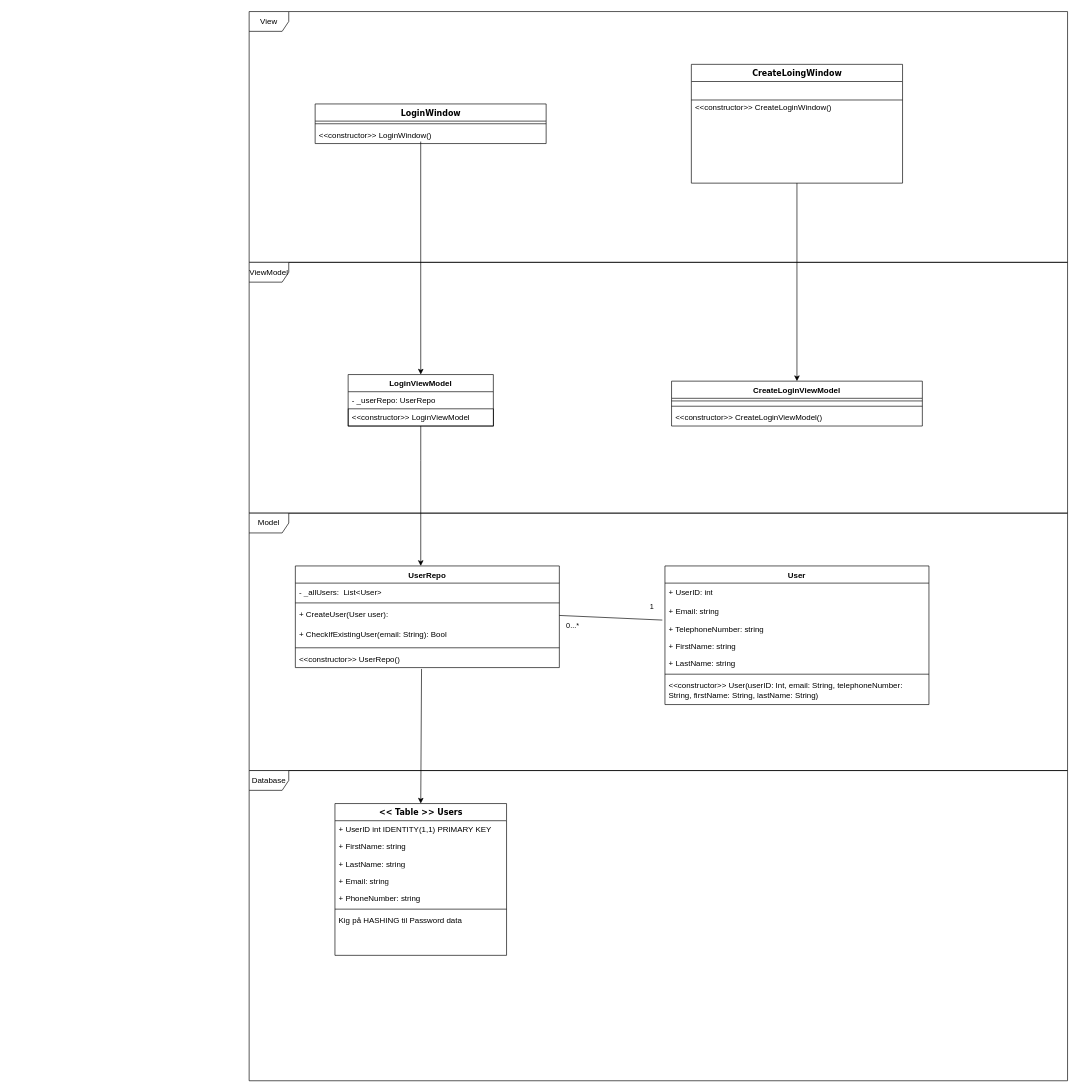
Trollerolle/Ladestander keeps this draw.io diagram as Artefakter/Opret bruger (sprint 1).drawio. Above is the earlier version. Source tidied: cells renumbered, new cells numbered last; positions are measured from the earlier drawing's top-left corner, leaving out a move shared by most shapes. Both pictures are drawn from the tidied source at 66%, with x=0, y=0 at pixel (249, 11).
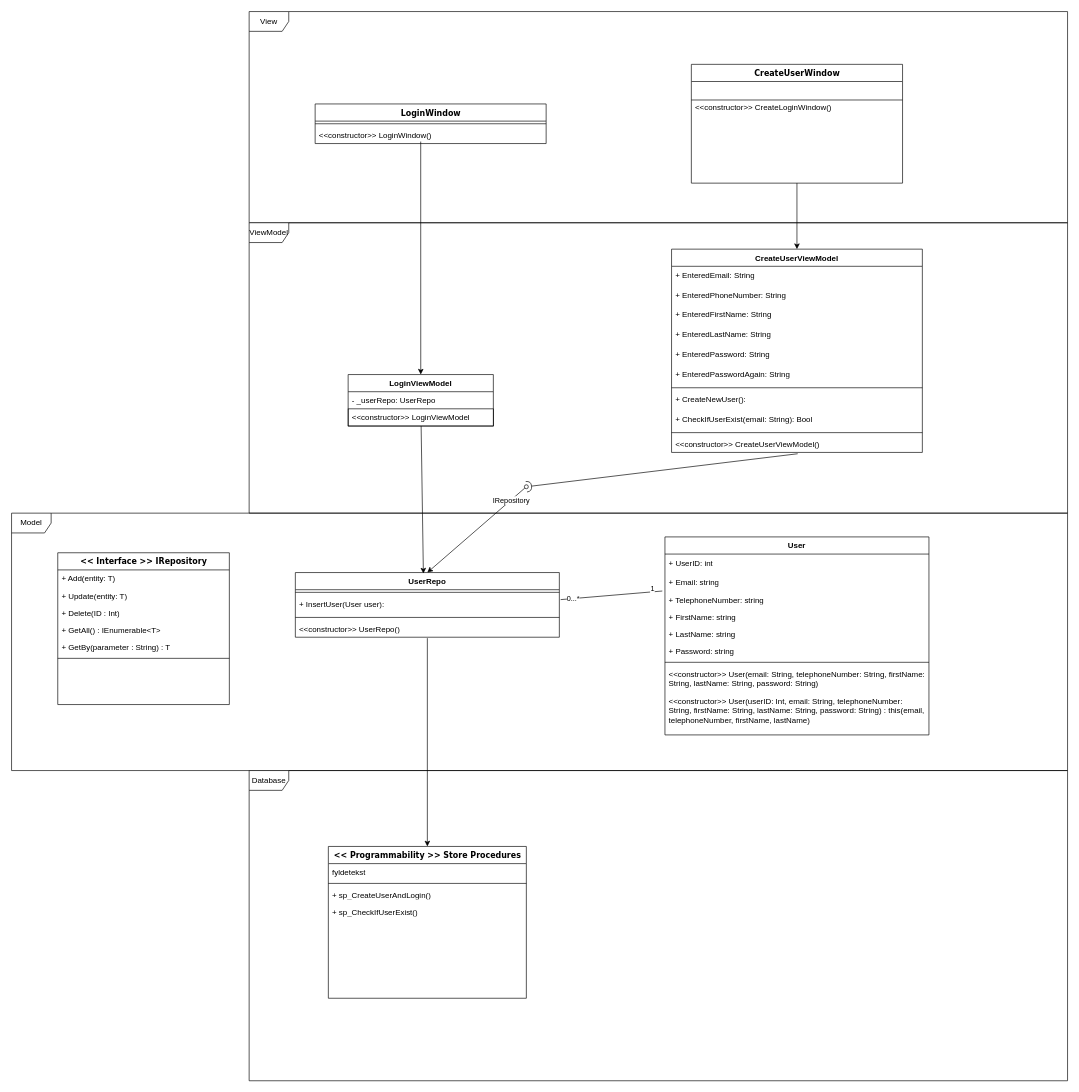
Above is the later version.

Commit message (it also covers changes not shown here):
Refaktuering af DCD og ER

Unchanged cells that the change refers to:
```xml
<mxCell id="29" value="LoginViewModel" style="swimlane;fontStyle=1;align=center;verticalAlign=top;horizontal=1;startSize=26;whiteSpace=wrap;html=1;" parent="1" vertex="1">
  <mxGeometry x="150" y="550" width="220" height="78" as="geometry" />
</mxCell>
<mxCell id="44" value="+ TelephoneNumber: string" style="text;html=1;strokeColor=none;fillColor=none;align=left;verticalAlign=top;spacingLeft=4;spacingRight=4;whiteSpace=wrap;overflow=hidden;points=[[0,0.5],[1,0.5]];portConstraint=eastwest;" parent="41" vertex="1">
  <mxGeometry y="82" width="400" height="26" as="geometry" />
</mxCell>
```

Diff of the diagram source:
```diff
@@
-    <mxCell id="2" value="&lt;div&gt;CreateLoingWindow&lt;/div&gt;&lt;div&gt;&lt;br&gt;&lt;/div&gt;" style="swimlane;html=1;fontStyle=1;align=center;verticalAlign=top;horizontal=1;startSize=26;swimlaneFillColor=#ffffff;rounded=0;shadow=0;comic=0;labelBackgroundColor=none;strokeWidth=1;fillColor=none;fontFamily=Verdana;fontSize=12;" parent="1" vertex="1">
+    <mxCell id="2" value="&lt;div&gt;CreateUserWindow&lt;/div&gt;&lt;div&gt;&lt;br&gt;&lt;/div&gt;" style="swimlane;html=1;fontStyle=1;align=center;verticalAlign=top;horizontal=1;startSize=26;swimlaneFillColor=#ffffff;rounded=0;shadow=0;comic=0;labelBackgroundColor=none;strokeWidth=1;fillColor=none;fontFamily=Verdana;fontSize=12;" parent="1" vertex="1">
       <mxGeometry x="670" y="80" width="320" height="180" as="geometry" />
     </mxCell>
@@
-    <mxCell id="8" value="&amp;lt;&amp;lt; Table &amp;gt;&amp;gt; Users" style="swimlane;html=1;fontStyle=1;align=center;verticalAlign=top;horizontal=1;startSize=26;swimlaneFillColor=#ffffff;rounded=0;shadow=0;comic=0;labelBackgroundColor=none;strokeWidth=1;fillColor=none;fontFamily=Verdana;fontSize=12;" parent="1" vertex="1">
-      <mxGeometry x="130" y="1200" width="260" height="230" as="geometry" />
-    </mxCell>
-    <mxCell id="9" value="+ UserID int IDENTITY(1,1) PRIMARY KEY&amp;nbsp;" style="text;html=1;strokeColor=none;fillColor=none;align=left;verticalAlign=top;spacingLeft=4;spacingRight=4;whiteSpace=wrap;overflow=hidden;" parent="8" vertex="1">
-      <mxGeometry y="26" width="260" height="26" as="geometry" />
-    </mxCell>
-    <mxCell id="10" value="+ FirstName: string" style="text;html=1;strokeColor=none;fillColor=none;align=left;verticalAlign=top;spacingLeft=4;spacingRight=4;whiteSpace=wrap;overflow=hidden;" parent="8" vertex="1">
-      <mxGeometry y="52" width="260" height="26" as="geometry" />
-    </mxCell>
-    <mxCell id="11" value="+ LastName: string" style="text;html=1;strokeColor=none;fillColor=none;align=left;verticalAlign=top;spacingLeft=4;spacingRight=4;whiteSpace=wrap;overflow=hidden;" parent="8" vertex="1">
-      <mxGeometry y="78" width="260" height="26" as="geometry" />
-    </mxCell>
-    <mxCell id="12" value="+ Email: string" style="text;html=1;strokeColor=none;fillColor=none;align=left;verticalAlign=top;spacingLeft=4;spacingRight=4;whiteSpace=wrap;overflow=hidden;" parent="8" vertex="1">
-      <mxGeometry y="104" width="260" height="26" as="geometry" />
-    </mxCell>
-    <mxCell id="13" value="+ PhoneNumber: string" style="text;html=1;strokeColor=none;fillColor=none;align=left;verticalAlign=top;spacingLeft=4;spacingRight=4;whiteSpace=wrap;overflow=hidden;" parent="8" vertex="1">
-      <mxGeometry y="130" width="260" height="26" as="geometry" />
-    </mxCell>
-    <mxCell id="14" style="line;html=1;strokeWidth=1;fillColor=none;align=left;verticalAlign=middle;spacingTop=-1;spacingLeft=3;spacingRight=3;labelPosition=right;" parent="8" vertex="1">
-      <mxGeometry y="156" width="260" height="8" as="geometry" />
-    </mxCell>
-    <mxCell id="15" value="Kig på HASHING til Password data" style="text;html=1;strokeColor=none;fillColor=none;align=left;verticalAlign=top;spacingLeft=4;spacingRight=4;whiteSpace=wrap;overflow=hidden;" parent="8" vertex="1">
-      <mxGeometry y="164" width="260" height="26" as="geometry" />
-    </mxCell>
     <mxCell id="16" value="View" style="shape=umlFrame;whiteSpace=wrap;html=1;" parent="1" vertex="1">
-      <mxGeometry width="1240" height="380" as="geometry" />
+      <mxGeometry width="1240" height="320" as="geometry" />
     </mxCell>
     <mxCell id="17" value="ViewModel" style="shape=umlFrame;whiteSpace=wrap;html=1;" parent="1" vertex="1">
-      <mxGeometry y="380" width="1240" height="380" as="geometry" />
+      <mxGeometry y="320" width="1240" height="440" as="geometry" />
     </mxCell>
     <mxCell id="18" value="Model" style="shape=umlFrame;whiteSpace=wrap;html=1;" parent="1" vertex="1">
-      <mxGeometry y="760" width="1240" height="390" as="geometry" />
+      <mxGeometry x="-360" y="760" width="1600" height="390" as="geometry" />
     </mxCell>
     <mxCell id="19" value="UserRepo" style="swimlane;fontStyle=1;align=center;verticalAlign=top;horizontal=1;startSize=26;whiteSpace=wrap;html=1;" parent="1" vertex="1">
-      <mxGeometry x="70" y="840" width="400" height="154" as="geometry" />
+      <mxGeometry x="70" y="850" width="400" height="98" as="geometry" />
     </mxCell>
-    <mxCell id="20" value="- _allUsers:&amp;nbsp; List&amp;lt;User&amp;gt;" style="text;strokeColor=none;fillColor=none;align=left;verticalAlign=top;spacingLeft=4;spacingRight=4;overflow=hidden;whiteSpace=wrap;html=1;" parent="19" vertex="1">
-      <mxGeometry y="26" width="400" height="26" as="geometry" />
-    </mxCell>
     <mxCell id="21" style="line;strokeWidth=1;fillColor=none;align=left;verticalAlign=middle;spacingTop=-1;spacingLeft=3;spacingRight=3;labelPosition=right;strokeColor=inherit;" parent="19" vertex="1">
-      <mxGeometry y="52" width="400" height="8" as="geometry" />
+      <mxGeometry y="26" width="400" height="8" as="geometry" />
     </mxCell>
-    <mxCell id="22" value="+ CreateUser(User user):&amp;nbsp;" style="text;html=1;strokeColor=none;fillColor=none;align=left;verticalAlign=top;spacingLeft=4;spacingRight=4;whiteSpace=wrap;overflow=hidden;points=[[0,0.5],[1,0.5]];portConstraint=eastwest;" parent="19" vertex="1">
-      <mxGeometry y="60" width="400" height="30" as="geometry" />
-    </mxCell>
-    <mxCell id="23" value="+ CheckIfExistingUser(email: String): Bool&amp;nbsp;" style="text;html=1;strokeColor=none;fillColor=none;align=left;verticalAlign=top;spacingLeft=4;spacingRight=4;whiteSpace=wrap;overflow=hidden;" parent="19" vertex="1">
-      <mxGeometry y="90" width="400" height="30" as="geometry" />
-    </mxCell>
+    <mxCell id="50" value="+ InsertUser(User user):&amp;nbsp;" style="text;html=1;strokeColor=none;fillColor=none;align=left;verticalAlign=top;spacingLeft=4;spacingRight=4;whiteSpace=wrap;overflow=hidden;" parent="19" vertex="1">
+      <mxGeometry y="34" width="400" height="30" as="geometry" />
+    </mxCell>
     <mxCell id="24" style="line;strokeWidth=1;fillColor=none;align=left;verticalAlign=middle;spacingTop=-1;spacingLeft=3;spacingRight=3;labelPosition=right;strokeColor=inherit;" parent="19" vertex="1">
-      <mxGeometry y="120" width="400" height="8" as="geometry" />
+      <mxGeometry y="64" width="400" height="8" as="geometry" />
     </mxCell>
     <mxCell id="25" value="&amp;lt;&amp;lt;constructor&amp;gt;&amp;gt; UserRepo()" style="text;strokeColor=none;fillColor=none;align=left;verticalAlign=top;spacingLeft=4;spacingRight=4;overflow=hidden;points=[[0,0.5],[1,0.5]];portConstraint=eastwest;whiteSpace=wrap;html=1;" parent="19" vertex="1">
-      <mxGeometry y="128" width="400" height="26" as="geometry" />
+      <mxGeometry y="72" width="400" height="26" as="geometry" />
     </mxCell>
-    <mxCell id="26" style="endArrow=none;html=1;rounded=0;exitX=1;exitY=0.5;exitDx=0;exitDy=0;entryX=-0.01;entryY=0;entryDx=0;entryDy=0;entryPerimeter=0;" parent="1" edge="1" source="22" target="44">
-      <mxGeometry relative="1" as="geometry" />
+    <mxCell id="26" style="endArrow=none;html=1;rounded=0;exitX=1.005;exitY=0.962;exitDx=0;exitDy=0;entryX=-0.01;entryY=0;entryDx=0;entryDy=0;entryPerimeter=0;exitPerimeter=0;" parent="1" edge="1" target="44">
+      <mxGeometry relative="1" as="geometry">
+        <mxPoint x="472" y="891" as="sourcePoint" />
+      </mxGeometry>
     </mxCell>
@@
-    <mxCell id="32" value="CreateLoginViewModel" style="swimlane;fontStyle=1;align=center;verticalAlign=top;horizontal=1;startSize=26;whiteSpace=wrap;html=1;" parent="1" vertex="1">
-      <mxGeometry x="640" y="560" width="380" height="68" as="geometry" />
+    <mxCell id="32" value="CreateUserViewModel" style="swimlane;fontStyle=1;align=center;verticalAlign=top;horizontal=1;startSize=26;whiteSpace=wrap;html=1;" parent="1" vertex="1">
+      <mxGeometry x="640" y="360" width="380" height="308" as="geometry" />
     </mxCell>
+    <mxCell id="51" value="+ EnteredEmail: String" style="text;html=1;strokeColor=none;fillColor=none;align=left;verticalAlign=top;spacingLeft=4;spacingRight=4;whiteSpace=wrap;overflow=hidden;" parent="32" vertex="1">
+      <mxGeometry y="26" width="380" height="30" as="geometry" />
+    </mxCell>
+    <mxCell id="52" value="+ EnteredPhoneNumber: String" style="text;html=1;strokeColor=none;fillColor=none;align=left;verticalAlign=top;spacingLeft=4;spacingRight=4;whiteSpace=wrap;overflow=hidden;" parent="32" vertex="1">
+      <mxGeometry y="56" width="380" height="30" as="geometry" />
+    </mxCell>
+    <mxCell id="53" value="+ EnteredFirstName: String" style="text;html=1;strokeColor=none;fillColor=none;align=left;verticalAlign=top;spacingLeft=4;spacingRight=4;whiteSpace=wrap;overflow=hidden;" parent="32" vertex="1">
+      <mxGeometry y="86" width="380" height="30" as="geometry" />
+    </mxCell>
+    <mxCell id="54" value="+ EnteredLastName: String" style="text;html=1;strokeColor=none;fillColor=none;align=left;verticalAlign=top;spacingLeft=4;spacingRight=4;whiteSpace=wrap;overflow=hidden;" parent="32" vertex="1">
+      <mxGeometry y="116" width="380" height="30" as="geometry" />
+    </mxCell>
+    <mxCell id="55" value="+ EnteredPassword: String" style="text;html=1;strokeColor=none;fillColor=none;align=left;verticalAlign=top;spacingLeft=4;spacingRight=4;whiteSpace=wrap;overflow=hidden;" parent="32" vertex="1">
+      <mxGeometry y="146" width="380" height="30" as="geometry" />
+    </mxCell>
+    <mxCell id="56" value="+ EnteredPasswordAgain: String" style="text;html=1;strokeColor=none;fillColor=none;align=left;verticalAlign=top;spacingLeft=4;spacingRight=4;whiteSpace=wrap;overflow=hidden;" parent="32" vertex="1">
+      <mxGeometry y="176" width="380" height="30" as="geometry" />
+    </mxCell>
     <mxCell id="33" style="line;strokeWidth=1;fillColor=none;align=left;verticalAlign=middle;spacingTop=-1;spacingLeft=3;spacingRight=3;labelPosition=right;strokeColor=inherit;" parent="32" vertex="1">
-      <mxGeometry y="26" width="380" height="8" as="geometry" />
+      <mxGeometry y="206" width="380" height="8" as="geometry" />
     </mxCell>
+    <mxCell id="22" value="+ CreateNewUser():&amp;nbsp;" style="text;html=1;strokeColor=none;fillColor=none;align=left;verticalAlign=top;spacingLeft=4;spacingRight=4;whiteSpace=wrap;overflow=hidden;points=[[0,0.5],[1,0.5]];portConstraint=eastwest;" parent="32" vertex="1">
+      <mxGeometry y="214" width="380" height="30" as="geometry" />
+    </mxCell>
+    <mxCell id="23" value="+ CheckIfUserExist(email: String): Bool&amp;nbsp;" style="text;html=1;strokeColor=none;fillColor=none;align=left;verticalAlign=top;spacingLeft=4;spacingRight=4;whiteSpace=wrap;overflow=hidden;" parent="32" vertex="1">
+      <mxGeometry y="244" width="380" height="30" as="geometry" />
+    </mxCell>
     <mxCell id="34" style="line;strokeWidth=1;fillColor=none;align=left;verticalAlign=middle;spacingTop=-1;spacingLeft=3;spacingRight=3;labelPosition=right;strokeColor=inherit;" parent="32" vertex="1">
-      <mxGeometry y="34" width="380" height="8" as="geometry" />
+      <mxGeometry y="274" width="380" height="8" as="geometry" />
     </mxCell>
-    <mxCell id="35" value="&amp;lt;&amp;lt;constructor&amp;gt;&amp;gt; CreateLoginViewModel()" style="text;strokeColor=none;fillColor=none;align=left;verticalAlign=top;spacingLeft=4;spacingRight=4;overflow=hidden;points=[[0,0.5],[1,0.5]];portConstraint=eastwest;whiteSpace=wrap;html=1;" parent="32" vertex="1">
-      <mxGeometry y="42" width="380" height="26" as="geometry" />
+    <mxCell id="35" value="&amp;lt;&amp;lt;constructor&amp;gt;&amp;gt; CreateUserViewModel()" style="text;strokeColor=none;fillColor=none;align=left;verticalAlign=top;spacingLeft=4;spacingRight=4;overflow=hidden;points=[[0,0.5],[1,0.5]];portConstraint=eastwest;whiteSpace=wrap;html=1;" parent="32" vertex="1">
+      <mxGeometry y="282" width="380" height="26" as="geometry" />
     </mxCell>
-    <mxCell id="36" style="endArrow=none;html=1;rounded=0;startArrow=classic;startFill=1;" parent="1" edge="1" target="29">
-      <mxGeometry relative="1" as="geometry">
-        <mxPoint x="260" y="840" as="sourcePoint" />
-        <Array as="points">
-          <mxPoint x="260" y="680" />
-        </Array>
-      </mxGeometry>
+    <mxCell id="36" style="endArrow=none;html=1;rounded=0;startArrow=classic;startFill=1;exitX=0.485;exitY=0.015;exitDx=0;exitDy=0;exitPerimeter=0;" parent="1" edge="1" source="19" target="29">
+      <mxGeometry relative="1" as="geometry" />
     </mxCell>
@@
     <mxCell id="41" value="User" style="swimlane;fontStyle=1;align=center;verticalAlign=top;horizontal=1;startSize=26;whiteSpace=wrap;html=1;" parent="1" vertex="1">
-      <mxGeometry x="630" y="840" width="400" height="210" as="geometry" />
+      <mxGeometry x="630" y="796" width="400" height="300" as="geometry" />
     </mxCell>
@@
+    <mxCell id="57" value="+ Password: string" style="text;html=1;strokeColor=none;fillColor=none;align=left;verticalAlign=top;spacingLeft=4;spacingRight=4;whiteSpace=wrap;overflow=hidden;" parent="41" vertex="1">
+      <mxGeometry y="160" width="400" height="26" as="geometry" />
+    </mxCell>
     <mxCell id="47" style="line;strokeWidth=1;fillColor=none;align=left;verticalAlign=middle;spacingTop=-1;spacingLeft=3;spacingRight=3;labelPosition=right;strokeColor=inherit;" parent="41" vertex="1">
-      <mxGeometry y="160" width="400" height="8" as="geometry" />
+      <mxGeometry y="186" width="400" height="8" as="geometry" />
     </mxCell>
+    <mxCell id="58" value="&amp;lt;&amp;lt;constructor&amp;gt;&amp;gt; User(email: String, telephoneNumber: String, firstName: String, lastName: String, password: String)&amp;nbsp;" style="text;html=1;strokeColor=none;fillColor=none;align=left;verticalAlign=top;spacingLeft=4;spacingRight=4;whiteSpace=wrap;overflow=hidden;" parent="41" vertex="1">
+      <mxGeometry y="194" width="400" height="42" as="geometry" />
+    </mxCell>
-    <mxCell id="48" value="&amp;lt;&amp;lt;constructor&amp;gt;&amp;gt; User(userID: Int, email: String, telephoneNumber: String, firstName: String, lastName: String)&amp;nbsp;" style="text;html=1;strokeColor=none;fillColor=none;align=left;verticalAlign=top;spacingLeft=4;spacingRight=4;whiteSpace=wrap;overflow=hidden;" parent="41" vertex="1">
-      <mxGeometry y="168" width="400" height="42" as="geometry" />
+    <mxCell id="48" value="&amp;lt;&amp;lt;constructor&amp;gt;&amp;gt; User(userID: Int, email: String, telephoneNumber: String, firstName: String, lastName: String, password: String) : this(email, telephoneNumber, firstName, lastName)" style="text;html=1;strokeColor=none;fillColor=none;align=left;verticalAlign=top;spacingLeft=4;spacingRight=4;whiteSpace=wrap;overflow=hidden;" parent="41" vertex="1">
+      <mxGeometry y="236" width="400" height="64" as="geometry" />
     </mxCell>
-    <mxCell id="49" style="endArrow=none;html=1;rounded=0;startArrow=classic;startFill=1;exitX=0.5;exitY=0;exitDx=0;exitDy=0;entryX=0.478;entryY=1.077;entryDx=0;entryDy=0;entryPerimeter=0;" parent="1" edge="1" source="8" target="25">
+    <mxCell id="49" style="endArrow=none;html=1;rounded=0;startArrow=classic;startFill=1;exitX=0.5;exitY=0;exitDx=0;exitDy=0;entryX=0.5;entryY=1.054;entryDx=0;entryDy=0;entryPerimeter=0;" parent="1" edge="1" source="68" target="25">
       <mxGeometry relative="1" as="geometry" />
     </mxCell>
+    <mxCell id="59" style="endArrow=none;html=1;rounded=0;startArrow=halfCircle;startFill=0;entryX=0.503;entryY=1.077;entryDx=0;entryDy=0;entryPerimeter=0;" parent="1" edge="1" target="35">
+      <mxGeometry relative="1" as="geometry">
+        <mxPoint x="420" y="720" as="sourcePoint" />
+      </mxGeometry>
+    </mxCell>
+    <mxCell id="60" value="&amp;lt;&amp;lt; Interface &amp;gt;&amp;gt; IRepository" style="swimlane;html=1;fontStyle=1;align=center;verticalAlign=top;horizontal=1;startSize=26;swimlaneFillColor=#ffffff;rounded=0;shadow=0;comic=0;labelBackgroundColor=none;strokeWidth=1;fillColor=none;fontFamily=Verdana;fontSize=12;" parent="1" vertex="1">
+      <mxGeometry x="-290" y="820" width="260" height="230" as="geometry" />
+    </mxCell>
+    <mxCell id="61" value="+ Add(entity: T)" style="text;html=1;strokeColor=none;fillColor=none;align=left;verticalAlign=top;spacingLeft=4;spacingRight=4;whiteSpace=wrap;overflow=hidden;" parent="60" vertex="1">
+      <mxGeometry y="26" width="260" height="26" as="geometry" />
+    </mxCell>
+    <mxCell id="62" value="+ Update(entity: T)" style="text;html=1;strokeColor=none;fillColor=none;align=left;verticalAlign=top;spacingLeft=4;spacingRight=4;whiteSpace=wrap;overflow=hidden;" parent="60" vertex="1">
+      <mxGeometry y="52" width="260" height="26" as="geometry" />
+    </mxCell>
+    <mxCell id="63" value="+ Delete(ID : Int)" style="text;html=1;strokeColor=none;fillColor=none;align=left;verticalAlign=top;spacingLeft=4;spacingRight=4;whiteSpace=wrap;overflow=hidden;" parent="60" vertex="1">
+      <mxGeometry y="78" width="260" height="26" as="geometry" />
+    </mxCell>
+    <mxCell id="64" value="+ GetAll() : IEnumerable&amp;lt;T&amp;gt;" style="text;html=1;strokeColor=none;fillColor=none;align=left;verticalAlign=top;spacingLeft=4;spacingRight=4;whiteSpace=wrap;overflow=hidden;" parent="60" vertex="1">
+      <mxGeometry y="104" width="260" height="26" as="geometry" />
+    </mxCell>
+    <mxCell id="65" value="+ GetBy(parameter : String) : T" style="text;html=1;strokeColor=none;fillColor=none;align=left;verticalAlign=top;spacingLeft=4;spacingRight=4;whiteSpace=wrap;overflow=hidden;" parent="60" vertex="1">
+      <mxGeometry y="130" width="260" height="26" as="geometry" />
+    </mxCell>
+    <mxCell id="14" style="line;html=1;strokeWidth=1;fillColor=none;align=left;verticalAlign=middle;spacingTop=-1;spacingLeft=3;spacingRight=3;labelPosition=right;" parent="60" vertex="1">
+      <mxGeometry y="156" width="260" height="8" as="geometry" />
+    </mxCell>
+    <mxCell id="66" style="endArrow=oval;html=1;rounded=0;endFill=0;exitX=0.5;exitY=0;exitDx=0;exitDy=0;startArrow=classic;startFill=1;" parent="1" edge="1" source="19">
+      <mxGeometry relative="1" as="geometry">
+        <mxPoint x="420" y="720" as="targetPoint" />
+      </mxGeometry>
+    </mxCell>
+    <mxCell id="67" value="IRepository" style="edgeLabel;html=1;align=center;verticalAlign=middle;" parent="66" vertex="1">
+      <mxGeometry x="0.68" relative="1" as="geometry" />
+    </mxCell>
+    <mxCell id="68" value="&amp;lt;&amp;lt; Programmability &amp;gt;&amp;gt; Store Procedures" style="swimlane;html=1;fontStyle=1;align=center;verticalAlign=top;horizontal=1;startSize=26;swimlaneFillColor=#ffffff;rounded=0;shadow=0;comic=0;labelBackgroundColor=none;strokeWidth=1;fillColor=none;fontFamily=Verdana;fontSize=12;" parent="1" vertex="1">
+      <mxGeometry x="120" y="1265" width="300" height="230" as="geometry" />
+    </mxCell>
+    <mxCell id="69" value="fyldetekst" style="text;html=1;strokeColor=none;fillColor=none;align=left;verticalAlign=top;spacingLeft=4;spacingRight=4;whiteSpace=wrap;overflow=hidden;" parent="68" vertex="1">
+      <mxGeometry y="26" width="300" height="26" as="geometry" />
+    </mxCell>
+    <mxCell id="70" style="line;html=1;strokeWidth=1;fillColor=none;align=left;verticalAlign=middle;spacingTop=-1;spacingLeft=3;spacingRight=3;labelPosition=right;" parent="68" vertex="1">
+      <mxGeometry y="52" width="300" height="8" as="geometry" />
+    </mxCell>
+    <mxCell id="71" value="+ sp_CreateUserAndLogin()" style="text;html=1;strokeColor=none;fillColor=none;align=left;verticalAlign=top;spacingLeft=4;spacingRight=4;whiteSpace=wrap;overflow=hidden;" parent="68" vertex="1">
+      <mxGeometry y="60" width="300" height="26" as="geometry" />
+    </mxCell>
+    <mxCell id="72" value="+ sp_CheckIfUserExist()" style="text;html=1;strokeColor=none;fillColor=none;align=left;verticalAlign=top;spacingLeft=4;spacingRight=4;whiteSpace=wrap;overflow=hidden;" parent="68" vertex="1">
+      <mxGeometry y="86" width="300" height="26" as="geometry" />
+    </mxCell>
```
